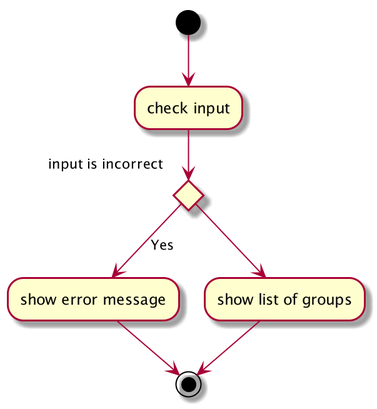
Above: docs/images/ListGroupCommandActivity.png in terencemah/main (PlantUML), before the change. Source of this version:
```plantuml
@startuml
(*)  --> "check input"
If "input is incorrect" then
--> [Yes] "show error message"
-->(*)
else
--> "show list of groups"
Endif
-->(*)
@enduml
```
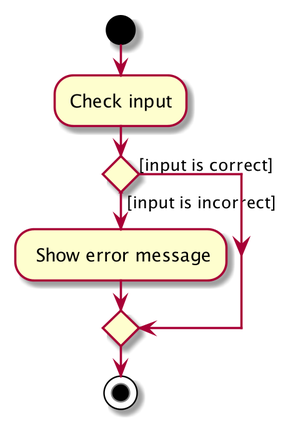
After the change.

The edit, as a diff of the source:
```diff
@@ -1,10 +1,10 @@
 @startuml
-(*)  --> "check input"
-If "input is incorrect" then
---> [Yes] "show error message"
--->(*)
-else
---> "show list of groups"
-Endif
--->(*)
+start
+:Check input;
+
+if() then ([input is incorrect])
+      : Show error message;
+else ([input is correct])
+endif
+stop
 @enduml
```
